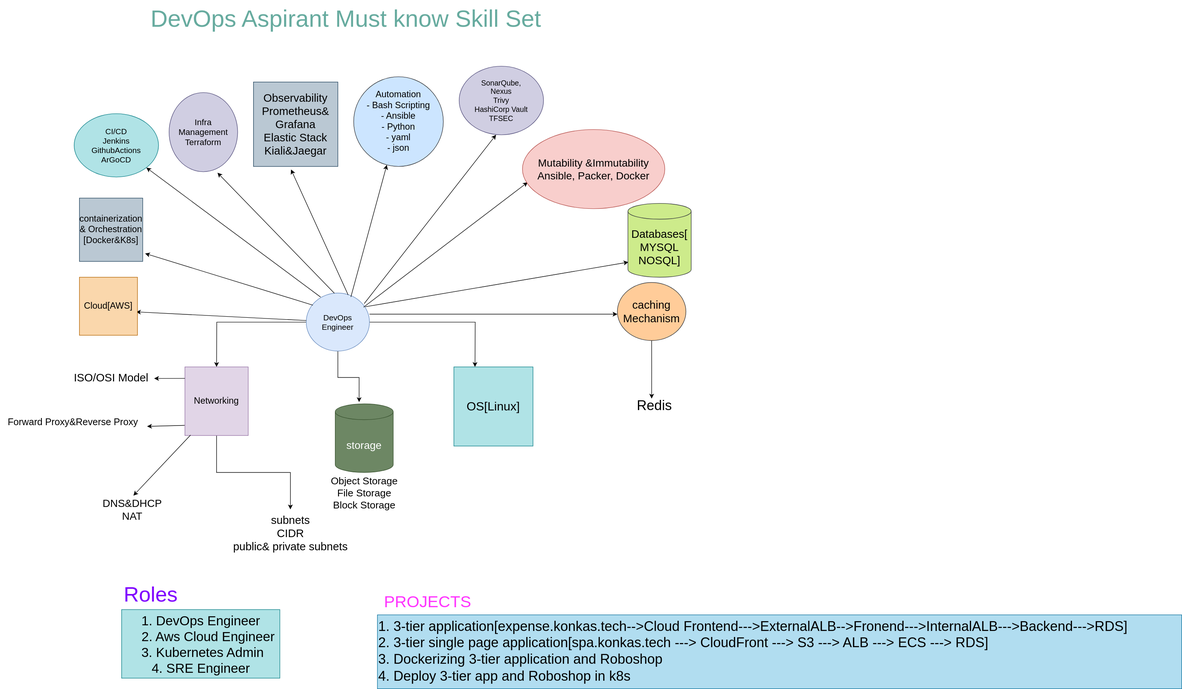
ullagallu123/svg keeps this draw.io diagram as devops-requirments.drawio.svg. Above is the earlier version. Source tidied: cells renumbered, new cells last; positions are measured from the earlier drawing's top-left corner, leaving out a move shared by most shapes.
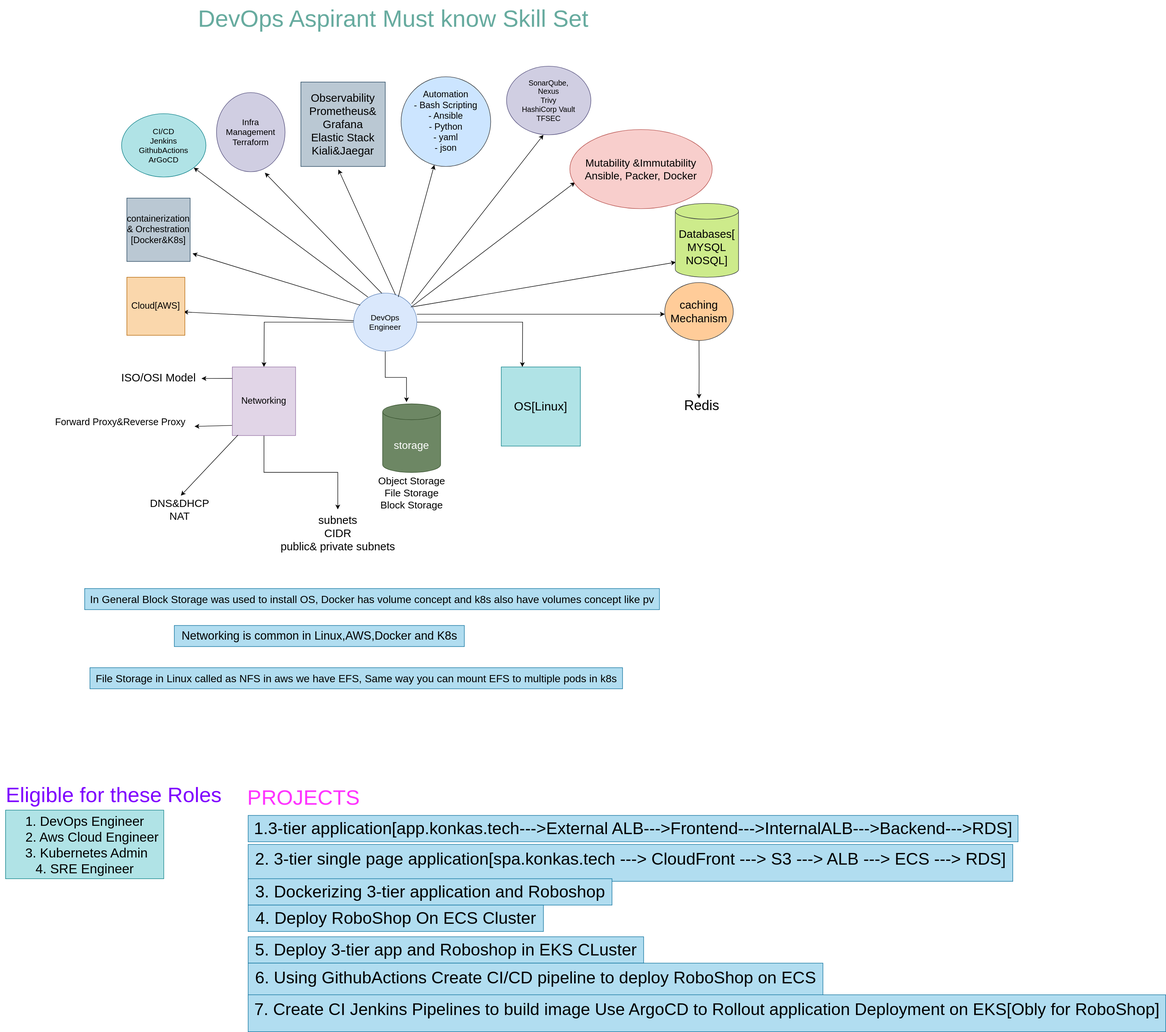
After the commit.

Diff of the diagram source:
```diff
@@ -127,17 +127,14 @@
       <mxGeometry x="1195" y="748" width="90" height="40" as="geometry" />
     </mxCell>
     <mxCell id="39" value="&lt;div&gt;&lt;font style=&quot;font-size: 25px;&quot;&gt;1. DevOps Engineer&lt;/font&gt;&lt;/div&gt;&lt;div&gt;&lt;font style=&quot;font-size: 25px;&quot;&gt;&amp;nbsp; &amp;nbsp; 2. Aws Cloud Engineer&lt;/font&gt;&lt;/div&gt;&lt;div&gt;&lt;font style=&quot;font-size: 25px;&quot;&gt;&amp;nbsp;3. Kubernetes Admin&lt;/font&gt;&lt;/div&gt;&lt;div&gt;&lt;span style=&quot;background-color: initial; font-size: 25px;&quot;&gt;4. SRE Engineer&lt;/span&gt;&lt;/div&gt;" style="text;html=1;align=center;verticalAlign=middle;strokeColor=#0e8088;fillColor=#b0e3e6;" parent="1" vertex="1">
-      <mxGeometry x="230" y="1155" width="300" height="130" as="geometry" />
+      <mxGeometry x="-80" y="1535" width="300" height="130" as="geometry" />
     </mxCell>
-    <mxCell id="40" value="&lt;font color=&quot;#7f00ff&quot; style=&quot;font-size: 40px;&quot;&gt;Roles&lt;/font&gt;" style="text;html=1;align=center;verticalAlign=middle;strokeColor=none;fillColor=none;" parent="1" vertex="1">
-      <mxGeometry x="220" y="1095" width="130" height="60" as="geometry" />
+    <mxCell id="40" value="&lt;font color=&quot;#7f00ff&quot;&gt;&lt;span style=&quot;font-size: 40px;&quot;&gt;Eligible for these Roles&lt;/span&gt;&lt;/font&gt;" style="text;html=1;align=center;verticalAlign=middle;strokeColor=none;fillColor=none;" parent="1" vertex="1">
+      <mxGeometry x="-90" y="1475" width="430" height="60" as="geometry" />
     </mxCell>
-    <mxCell id="41" value="&lt;font color=&quot;#ff33ff&quot; style=&quot;font-size: 31px;&quot;&gt;PROJECTS&lt;/font&gt;" style="text;html=1;align=center;verticalAlign=middle;strokeColor=none;fillColor=none;" parent="1" vertex="1">
-      <mxGeometry x="715" y="1115" width="190" height="50" as="geometry" />
+    <mxCell id="41" value="&lt;font color=&quot;#ff33ff&quot; style=&quot;font-size: 40px;&quot;&gt;PROJECTS&lt;/font&gt;" style="text;html=1;align=center;verticalAlign=middle;strokeColor=none;fillColor=none;" parent="1" vertex="1">
+      <mxGeometry x="365" y="1480" width="240" height="60" as="geometry" />
     </mxCell>
-    <mxCell id="42" value="1. 3-tier application[expense.konkas.tech--&gt;Cloud Frontend---&gt;ExternalALB--&gt;Fronend---&gt;InternalALB---&gt;Backend---&gt;RDS]&#10;2. 3-tier single page application[spa.konkas.tech ---&gt; CloudFront ---&gt; S3 ---&gt; ALB ---&gt; ECS ---&gt; RDS]&#10;3. Dockerizing 3-tier application and Roboshop&#10;4. Deploy 3-tier app and Roboshop in k8s" style="text;whiteSpace=wrap;fontSize=26;fillColor=#b1ddf0;strokeColor=#10739e;" parent="1" vertex="1">
-      <mxGeometry x="715" y="1165" width="1525" height="140" as="geometry" />
-    </mxCell>
     <mxCell id="43" style="endArrow=classic;html=1;rounded=0;fontStyle=1;flowAnimation=0;" parent="1" edge="1">
       <mxGeometry relative="1" as="geometry">
         <mxPoint x="690" y="575" as="sourcePoint" />
@@ -147,5 +144,35 @@
     <mxCell id="44" value="&lt;font style=&quot;font-size: 14px;&quot;&gt;SonarQube,&lt;/font&gt;&lt;div&gt;&lt;font style=&quot;font-size: 14px;&quot;&gt;Nexus&lt;/font&gt;&lt;/div&gt;&lt;div&gt;&lt;font style=&quot;font-size: 14px;&quot;&gt;Trivy&lt;/font&gt;&lt;div&gt;&lt;font style=&quot;font-size: 14px;&quot;&gt;HashiCorp Vault&lt;/font&gt;&lt;/div&gt;&lt;div&gt;&lt;font style=&quot;font-size: 14px;&quot;&gt;TFSEC&lt;/font&gt;&lt;/div&gt;&lt;/div&gt;" style="ellipse;whiteSpace=wrap;html=1;fillColor=#d0cee2;strokeColor=#56517e;" parent="1" vertex="1">
       <mxGeometry x="870" y="125" width="160" height="130" as="geometry" />
     </mxCell>
+    <mxCell id="45" value="&lt;font style=&quot;font-size: 22px;&quot;&gt;Networking is common in Linux,AWS,Docker and K8s&lt;/font&gt;" style="text;html=1;align=center;verticalAlign=middle;strokeColor=#10739e;fillColor=#b1ddf0;" parent="1" vertex="1">
+      <mxGeometry x="240" y="1185" width="550" height="40" as="geometry" />
+    </mxCell>
+    <mxCell id="46" value="&lt;font style=&quot;font-size: 20px;&quot;&gt;File Storage in Linux called as NFS in aws we have EFS, Same way you can mount EFS to multiple pods in k8s&lt;/font&gt;" style="text;html=1;align=center;verticalAlign=middle;strokeColor=#10739e;fillColor=#b1ddf0;" parent="1" vertex="1">
+      <mxGeometry x="80" y="1265" width="1010" height="40" as="geometry" />
+    </mxCell>
+    <mxCell id="47" value="&lt;font style=&quot;font-size: 20px;&quot;&gt;In General Block Storage was used to install OS, Docker has volume concept and k8s also have volumes concept like pv&lt;/font&gt;" style="text;html=1;align=center;verticalAlign=middle;strokeColor=#10739e;fillColor=#b1ddf0;" parent="1" vertex="1">
+      <mxGeometry x="70" y="1115" width="1090" height="40" as="geometry" />
+    </mxCell>
+    <mxCell id="48" value="&lt;font style=&quot;font-size: 32px;&quot;&gt;1.3-tier application[app.konkas.tech---&amp;gt;External ALB---&amp;gt;Frontend---&amp;gt;InternalALB---&amp;gt;Backend---&amp;gt;RDS]&lt;/font&gt;" style="text;html=1;align=center;verticalAlign=middle;strokeColor=#10739e;fillColor=#b1ddf0;" parent="1" vertex="1">
+      <mxGeometry x="380" y="1545" width="1460" height="50" as="geometry" />
+    </mxCell>
+    <mxCell id="49" value="&lt;span style=&quot;background-color: initial;&quot;&gt;&lt;font style=&quot;font-size: 32px;&quot;&gt;2. 3-tier single page application[spa.konkas.tech ---&amp;gt; CloudFront ---&amp;gt; S3 ---&amp;gt; ALB ---&amp;gt; ECS ---&amp;gt; RDS]&lt;/font&gt;&lt;/span&gt;&lt;div&gt;&lt;span style=&quot;background-color: initial;&quot;&gt;&lt;br&gt;&lt;/span&gt;&lt;/div&gt;" style="text;html=1;align=center;verticalAlign=middle;strokeColor=#10739e;fillColor=#b1ddf0;" parent="1" vertex="1">
+      <mxGeometry x="380" y="1600" width="1450" height="70" as="geometry" />
+    </mxCell>
+    <mxCell id="50" value="&lt;font style=&quot;font-size: 32px;&quot;&gt;3. Dockerizing 3-tier application and Roboshop&lt;/font&gt;" style="text;html=1;align=center;verticalAlign=middle;strokeColor=#10739e;fillColor=#b1ddf0;" parent="1" vertex="1">
+      <mxGeometry x="380" y="1665" width="690" height="50" as="geometry" />
+    </mxCell>
+    <mxCell id="51" value="&lt;span style=&quot;font-size: 32px;&quot;&gt;4. Deploy RoboShop On ECS Cluster&lt;/span&gt;" style="text;html=1;align=center;verticalAlign=middle;strokeColor=#10739e;fillColor=#b1ddf0;" parent="1" vertex="1">
+      <mxGeometry x="380" y="1715" width="560" height="50" as="geometry" />
+    </mxCell>
+    <mxCell id="52" value="&lt;font style=&quot;font-size: 32px;&quot;&gt;5. Deploy 3-tier app and Roboshop in EKS CLuster&lt;/font&gt;" style="text;html=1;align=center;verticalAlign=middle;strokeColor=#10739e;fillColor=#b1ddf0;" parent="1" vertex="1">
+      <mxGeometry x="380" y="1775" width="750" height="50" as="geometry" />
+    </mxCell>
+    <mxCell id="53" value="&lt;div&gt;&lt;span style=&quot;font-size: 32px;&quot;&gt;6. Using GithubActions Create CI/CD pipeline to deploy RoboShop on ECS&lt;/span&gt;&lt;/div&gt;&lt;div&gt;&lt;br&gt;&lt;/div&gt;" style="text;html=1;align=center;verticalAlign=middle;strokeColor=#10739e;fillColor=#b1ddf0;" parent="1" vertex="1">
+      <mxGeometry x="380" y="1825" width="1090" height="70" as="geometry" />
+    </mxCell>
+    <mxCell id="54" value="&lt;div&gt;&lt;span style=&quot;font-size: 32px;&quot;&gt;7. Create CI Jenkins Pipelines to build image Use ArgoCD to Rollout application Deployment on EKS[Obly for RoboShop]&lt;/span&gt;&lt;/div&gt;&lt;div&gt;&lt;br&gt;&lt;/div&gt;" style="text;html=1;align=center;verticalAlign=middle;strokeColor=#10739e;fillColor=#b1ddf0;" parent="1" vertex="1">
+      <mxGeometry x="380" y="1885" width="1740" height="70" as="geometry" />
+    </mxCell>
   </root>
 </mxGraphModel>
```
